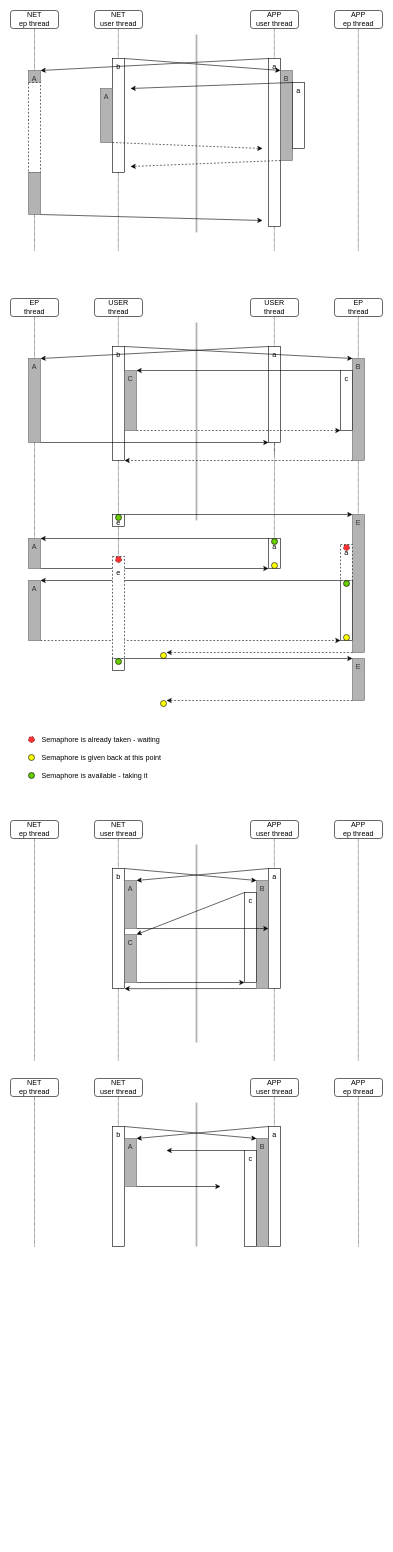
The draw.io diagram Deadlock problem solving.drawio in doki-nordic/draw.io, before the edit. Source tidied: cells renumbered, new cells numbered last; positions are measured from the earlier drawing's top-left corner, leaving out a move shared by most shapes. Both pictures are drawn from the tidied source at 60%, with x=0, y=0 at pixel (10, 10).
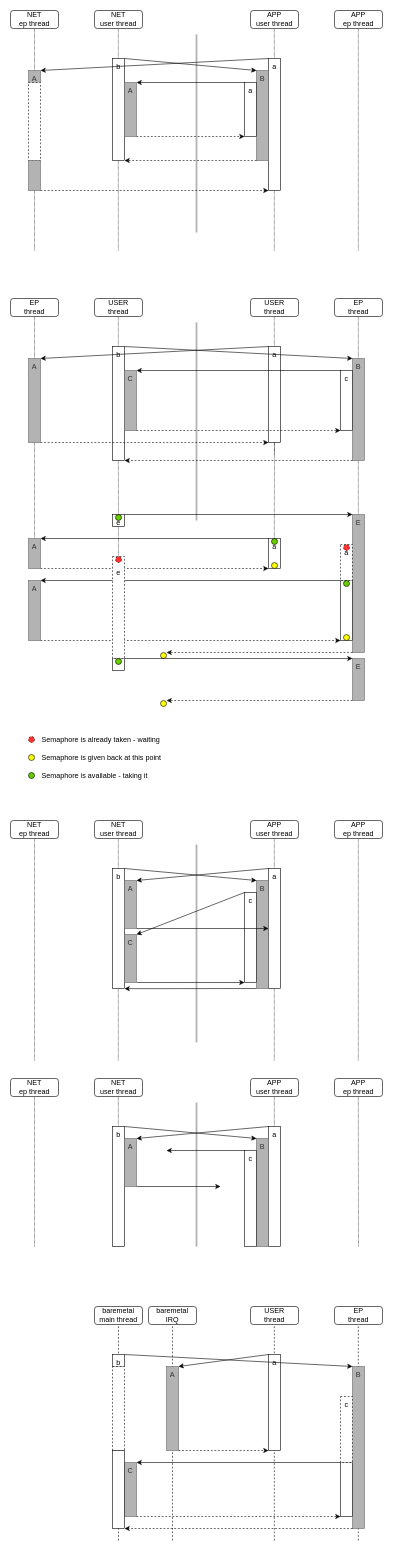
The same page after the edit.

Unchanged cells that the change refers to:
```xml
<mxCell id="32" value="a" style="rounded=0;whiteSpace=wrap;html=1;verticalAlign=top;" parent="1" vertex="1">
  <mxGeometry x="430" y="560" width="20" height="160" as="geometry" />
</mxCell>
<mxCell id="49" value="a" style="rounded=0;whiteSpace=wrap;html=1;verticalAlign=top;" parent="1" vertex="1">
  <mxGeometry x="430" y="880" width="20" height="50" as="geometry" />
</mxCell>
<mxCell id="50" value="A" style="rounded=0;whiteSpace=wrap;html=1;fillColor=#B3B3B3;strokeColor=#666666;fontColor=#333333;verticalAlign=top;" parent="1" vertex="1">
  <mxGeometry x="30" y="880" width="20" height="50" as="geometry" />
</mxCell>
```

The edit, as a diff of the source:
```diff
@@
+    <mxCell id="120" style="endArrow=none;dashed=1;html=1;entryX=0.5;entryY=1;entryDx=0;entryDy=0;" parent="1" edge="1" target="135">
+      <mxGeometry relative="1" as="geometry">
+        <mxPoint x="180" y="2550" as="sourcePoint" />
+      </mxGeometry>
+    </mxCell>
+    <mxCell id="121" style="endArrow=none;dashed=1;html=1;entryX=0.5;entryY=1;entryDx=0;entryDy=0;" parent="1" edge="1">
+      <mxGeometry relative="1" as="geometry">
+        <mxPoint x="270" y="2550" as="sourcePoint" />
+        <mxPoint x="270" y="2190" as="targetPoint" />
+      </mxGeometry>
+    </mxCell>
+    <mxCell id="122" style="endArrow=none;dashed=1;html=1;entryX=0.5;entryY=1;entryDx=0;entryDy=0;" parent="1" edge="1">
+      <mxGeometry relative="1" as="geometry">
+        <mxPoint x="439.7" y="2550" as="sourcePoint" />
+        <mxPoint x="439.7" y="2190" as="targetPoint" />
+      </mxGeometry>
+    </mxCell>
+    <mxCell id="123" style="endArrow=none;dashed=1;html=1;entryX=0.5;entryY=1;entryDx=0;entryDy=0;" parent="1" edge="1">
+      <mxGeometry relative="1" as="geometry">
+        <mxPoint x="579.7" y="2550" as="sourcePoint" />
+        <mxPoint x="579.7" y="2190" as="targetPoint" />
+      </mxGeometry>
+    </mxCell>
@@
     <mxCell id="6" value="b" style="rounded=0;whiteSpace=wrap;html=1;verticalAlign=top;" parent="1" vertex="1">
-      <mxGeometry x="170" y="80" width="20" height="190" as="geometry" />
+      <mxGeometry x="170" y="80" width="20" height="170" as="geometry" />
     </mxCell>
@@
     <mxCell id="9" value="a" style="rounded=0;whiteSpace=wrap;html=1;verticalAlign=top;" parent="1" vertex="1">
-      <mxGeometry x="430" y="80" width="20" height="280" as="geometry" />
+      <mxGeometry x="430" y="80" width="20" height="220" as="geometry" />
     </mxCell>
@@
     <mxCell id="11" value="B" style="rounded=0;whiteSpace=wrap;html=1;fillColor=#B3B3B3;strokeColor=#666666;fontColor=#333333;verticalAlign=top;" parent="1" vertex="1">
-      <mxGeometry x="450" y="100" width="20" height="150" as="geometry" />
+      <mxGeometry x="410" y="100" width="20" height="150" as="geometry" />
     </mxCell>
     <mxCell id="12" value="a" style="rounded=0;whiteSpace=wrap;html=1;verticalAlign=top;" parent="1" vertex="1">
-      <mxGeometry x="470" y="120" width="20" height="110" as="geometry" />
+      <mxGeometry x="390" y="120" width="20" height="90" as="geometry" />
     </mxCell>
     <mxCell id="13" value="A" style="rounded=0;whiteSpace=wrap;html=1;fillColor=#B3B3B3;strokeColor=#666666;fontColor=#333333;verticalAlign=top;" parent="1" vertex="1">
-      <mxGeometry x="150" y="130" width="20" height="90" as="geometry" />
+      <mxGeometry x="190" y="120" width="20" height="90" as="geometry" />
     </mxCell>
-    <mxCell id="14" style="edgeStyle=none;rounded=0;orthogonalLoop=1;jettySize=auto;html=1;exitX=1;exitY=1;exitDx=0;exitDy=0;dashed=1;" parent="1" edge="1">
-      <mxGeometry relative="1" as="geometry">
-        <mxPoint x="170" y="220" as="sourcePoint" />
-        <mxPoint x="420" y="230" as="targetPoint" />
-      </mxGeometry>
+    <mxCell id="14" style="edgeStyle=none;rounded=0;jettySize=auto;html=1;exitX=1;exitY=1;exitDx=0;exitDy=0;dashed=1;entryX=0;entryY=1;entryDx=0;entryDy=0;" parent="1" edge="1" source="13" target="12">
+      <mxGeometry relative="1" as="geometry" />
     </mxCell>
     <mxCell id="15" style="rounded=0;whiteSpace=wrap;html=1;verticalAlign=top;dashed=1;" parent="1" vertex="1">
-      <mxGeometry x="30" y="120" width="20" height="150" as="geometry" />
+      <mxGeometry x="30" y="120" width="20" height="130" as="geometry" />
     </mxCell>
-    <mxCell id="16" style="endArrow=classic;html=1;strokeColor=#000000;fontColor=#000000;exitX=0;exitY=0;exitDx=0;exitDy=0;" parent="1" edge="1" source="12">
-      <mxGeometry relative="1" as="geometry">
-        <mxPoint x="200" y="130" as="targetPoint" />
-      </mxGeometry>
+    <mxCell id="16" style="endArrow=classic;html=1;strokeColor=#000000;fontColor=#000000;exitX=0;exitY=0;exitDx=0;exitDy=0;entryX=1;entryY=0;entryDx=0;entryDy=0;" parent="1" edge="1" source="12" target="13">
+      <mxGeometry relative="1" as="geometry" />
     </mxCell>
-    <mxCell id="17" style="edgeStyle=none;rounded=0;jettySize=auto;html=1;exitX=0;exitY=1;exitDx=0;exitDy=0;dashed=1;" parent="1" edge="1" source="11">
-      <mxGeometry relative="1" as="geometry">
-        <mxPoint x="200" y="260" as="targetPoint" />
-      </mxGeometry>
+    <mxCell id="17" style="edgeStyle=none;rounded=0;jettySize=auto;html=1;exitX=0;exitY=1;exitDx=0;exitDy=0;dashed=1;entryX=1;entryY=1;entryDx=0;entryDy=0;" parent="1" edge="1" source="11" target="6">
+      <mxGeometry relative="1" as="geometry" />
     </mxCell>
     <mxCell id="18" style="rounded=0;whiteSpace=wrap;html=1;fillColor=#B3B3B3;strokeColor=#666666;fontColor=#333333;verticalAlign=top;" parent="1" vertex="1">
-      <mxGeometry x="30" y="270" width="20" height="70" as="geometry" />
+      <mxGeometry x="30" y="250" width="20" height="50" as="geometry" />
     </mxCell>
-    <mxCell id="19" style="endArrow=classic;html=1;strokeColor=#000000;fontColor=#000000;exitX=1;exitY=1;exitDx=0;exitDy=0;" parent="1" edge="1" source="18">
-      <mxGeometry relative="1" as="geometry">
-        <mxPoint x="420" y="350" as="targetPoint" />
-      </mxGeometry>
+    <mxCell id="19" style="endArrow=classic;html=1;strokeColor=#000000;fontColor=#000000;exitX=1;exitY=1;exitDx=0;exitDy=0;entryX=0;entryY=1;entryDx=0;entryDy=0;dashed=1;" parent="1" edge="1" source="18" target="9">
+      <mxGeometry relative="1" as="geometry" />
     </mxCell>
@@
-    <mxCell id="40" style="endArrow=classic;html=1;strokeColor=#000000;fontColor=#000000;exitX=1;exitY=1;exitDx=0;exitDy=0;entryX=0;entryY=1;entryDx=0;entryDy=0;" parent="1" edge="1" target="32">
+    <mxCell id="40" style="endArrow=classic;html=1;strokeColor=#000000;fontColor=#000000;exitX=1;exitY=1;exitDx=0;exitDy=0;entryX=0;entryY=1;entryDx=0;entryDy=0;dashed=1;" parent="1" edge="1" target="32">
       <mxGeometry relative="1" as="geometry">
         <mxPoint x="50" y="720" as="sourcePoint" />
       </mxGeometry>
     </mxCell>
@@
-    <mxCell id="57" style="endArrow=classic;html=1;strokeColor=#000000;fontColor=#000000;exitX=1;exitY=1;exitDx=0;exitDy=0;entryX=0;entryY=1;entryDx=0;entryDy=0;" parent="1" edge="1" source="50" target="49">
+    <mxCell id="57" style="endArrow=classic;html=1;strokeColor=#000000;fontColor=#000000;exitX=1;exitY=1;exitDx=0;exitDy=0;entryX=0;entryY=1;entryDx=0;entryDy=0;dashed=1;" parent="1" edge="1" source="50" target="49">
       <mxGeometry relative="1" as="geometry" />
     </mxCell>
@@
+    <mxCell id="124" value="b" style="rounded=0;whiteSpace=wrap;html=1;verticalAlign=top;" parent="1" vertex="1">
+      <mxGeometry x="170" y="2240" width="20" height="20" as="geometry" />
+    </mxCell>
+    <mxCell id="125" style="rounded=0;jettySize=auto;html=1;exitX=0;exitY=0;exitDx=0;exitDy=0;entryX=1;entryY=0;entryDx=0;entryDy=0;" parent="1" edge="1" source="126" target="127">
+      <mxGeometry relative="1" as="geometry" />
+    </mxCell>
+    <mxCell id="126" value="a" style="rounded=0;whiteSpace=wrap;html=1;verticalAlign=top;" parent="1" vertex="1">
+      <mxGeometry x="430" y="2240" width="20" height="160" as="geometry" />
+    </mxCell>
+    <mxCell id="127" value="A" style="rounded=0;whiteSpace=wrap;html=1;fillColor=#B3B3B3;strokeColor=#666666;fontColor=#333333;verticalAlign=top;" parent="1" vertex="1">
+      <mxGeometry x="260" y="2260" width="20" height="140" as="geometry" />
+    </mxCell>
+    <mxCell id="128" value="B" style="rounded=0;whiteSpace=wrap;html=1;fillColor=#B3B3B3;strokeColor=#666666;fontColor=#333333;verticalAlign=top;" parent="1" vertex="1">
+      <mxGeometry x="570" y="2260" width="20" height="270" as="geometry" />
+    </mxCell>
+    <mxCell id="129" style="rounded=0;whiteSpace=wrap;html=1;verticalAlign=top;" parent="1" vertex="1">
+      <mxGeometry x="550" y="2420" width="20" height="90" as="geometry" />
+    </mxCell>
+    <mxCell id="130" value="C" style="rounded=0;whiteSpace=wrap;html=1;fillColor=#B3B3B3;strokeColor=#666666;fontColor=#333333;verticalAlign=top;" parent="1" vertex="1">
+      <mxGeometry x="190" y="2420" width="20" height="90" as="geometry" />
+    </mxCell>
+    <mxCell id="131" style="edgeStyle=none;rounded=0;jettySize=auto;html=1;exitX=1;exitY=1;exitDx=0;exitDy=0;dashed=1;entryX=0;entryY=1;entryDx=0;entryDy=0;" parent="1" edge="1" source="130" target="129">
+      <mxGeometry relative="1" as="geometry" />
+    </mxCell>
+    <mxCell id="132" style="endArrow=classic;html=1;strokeColor=#000000;fontColor=#000000;exitX=0;exitY=0;exitDx=0;exitDy=0;entryX=1;entryY=0;entryDx=0;entryDy=0;" parent="1" edge="1" source="129" target="130">
+      <mxGeometry relative="1" as="geometry" />
+    </mxCell>
+    <mxCell id="133" style="edgeStyle=none;rounded=0;jettySize=auto;html=1;dashed=1;entryX=1;entryY=1;entryDx=0;entryDy=0;exitX=0;exitY=1;exitDx=0;exitDy=0;" parent="1" edge="1" source="128" target="141">
+      <mxGeometry relative="1" as="geometry" />
+    </mxCell>
+    <mxCell id="134" style="endArrow=classic;html=1;strokeColor=#000000;fontColor=#000000;entryX=0;entryY=1;entryDx=0;entryDy=0;dashed=1;exitX=1;exitY=1;exitDx=0;exitDy=0;" parent="1" edge="1" source="127" target="126">
+      <mxGeometry relative="1" as="geometry" />
+    </mxCell>
+    <mxCell id="135" value="baremetal&lt;br&gt;main thread" style="rounded=1;whiteSpace=wrap;html=1;fillColor=#ffffff;fontColor=#000000;" parent="1" vertex="1">
+      <mxGeometry x="140" y="2160" width="80" height="30" as="geometry" />
+    </mxCell>
+    <mxCell id="136" value="USER&lt;br&gt;thread" style="rounded=1;whiteSpace=wrap;html=1;fillColor=#ffffff;fontColor=#000000;" parent="1" vertex="1">
+      <mxGeometry x="400" y="2160" width="80" height="30" as="geometry" />
+    </mxCell>
+    <mxCell id="137" value="EP&lt;br&gt;thread" style="rounded=1;whiteSpace=wrap;html=1;fillColor=#ffffff;fontColor=#000000;" parent="1" vertex="1">
+      <mxGeometry x="540" y="2160" width="80" height="30" as="geometry" />
+    </mxCell>
+    <mxCell id="138" style="edgeStyle=none;rounded=0;jettySize=auto;html=1;exitX=1;exitY=0;exitDx=0;exitDy=0;entryX=0;entryY=0;entryDx=0;entryDy=0;" parent="1" edge="1" source="124" target="128">
+      <mxGeometry relative="1" as="geometry" />
+    </mxCell>
+    <mxCell id="139" value="baremetal&lt;br&gt;IRQ" style="rounded=1;whiteSpace=wrap;html=1;fillColor=#ffffff;fontColor=#000000;" parent="1" vertex="1">
+      <mxGeometry x="230" y="2160" width="80" height="30" as="geometry" />
+    </mxCell>
+    <mxCell id="140" style="rounded=0;whiteSpace=wrap;html=1;verticalAlign=top;dashed=1;" parent="1" vertex="1">
+      <mxGeometry x="170" y="2260" width="20" height="140" as="geometry" />
+    </mxCell>
+    <mxCell id="141" style="rounded=0;whiteSpace=wrap;html=1;verticalAlign=top;" parent="1" vertex="1">
+      <mxGeometry x="170" y="2400" width="20" height="130" as="geometry" />
+    </mxCell>
+    <mxCell id="142" value="c" style="rounded=0;whiteSpace=wrap;html=1;verticalAlign=top;dashed=1;" parent="1" vertex="1">
+      <mxGeometry x="550" y="2310" width="20" height="110" as="geometry" />
+    </mxCell>
```
